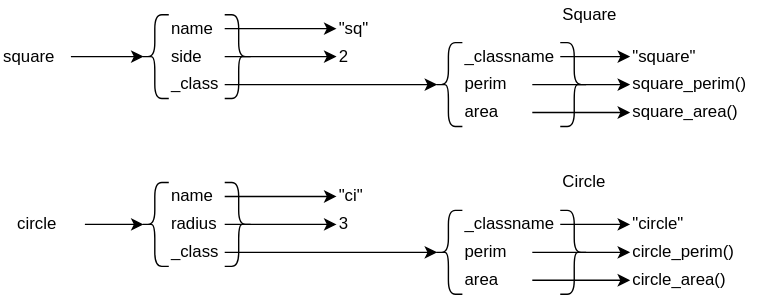
Earlier version of the draw.io export src/oop/shapes_class.svg (gvwilson/sdxpy). Source tidied: cells renumbered, new cells last; positions are measured from the earlier drawing's top-left corner, leaving out a move shared by most shapes.
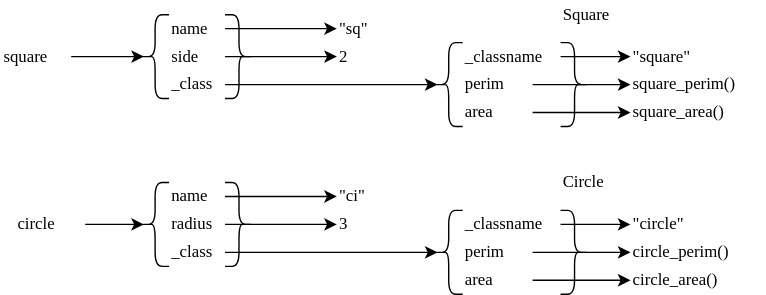
The same file after the commit.

Diff of the diagram source:
```diff
@@ -2,148 +2,148 @@
   <root>
     <mxCell id="0" />
     <mxCell id="1" parent="0" />
-    <mxCell id="2" value="name" style="text;html=1;strokeColor=none;fillColor=none;align=left;verticalAlign=middle;whiteSpace=wrap;rounded=0;" parent="1" vertex="1">
+    <mxCell id="2" value="name" style="text;html=1;strokeColor=none;fillColor=none;align=left;verticalAlign=middle;whiteSpace=wrap;rounded=0;fontFamily=Verdana;" parent="1" vertex="1">
       <mxGeometry x="120" y="10" width="40" height="20" as="geometry" />
     </mxCell>
-    <mxCell id="3" value="side" style="text;html=1;strokeColor=none;fillColor=none;align=left;verticalAlign=middle;whiteSpace=wrap;rounded=0;" parent="1" vertex="1">
+    <mxCell id="3" value="side" style="text;html=1;strokeColor=none;fillColor=none;align=left;verticalAlign=middle;whiteSpace=wrap;rounded=0;fontFamily=Verdana;" parent="1" vertex="1">
       <mxGeometry x="120" y="30" width="40" height="20" as="geometry" />
     </mxCell>
-    <mxCell id="4" value="perim" style="text;html=1;strokeColor=none;fillColor=none;align=left;verticalAlign=middle;whiteSpace=wrap;rounded=0;" parent="1" vertex="1">
+    <mxCell id="4" value="perim" style="text;html=1;strokeColor=none;fillColor=none;align=left;verticalAlign=middle;whiteSpace=wrap;rounded=0;fontFamily=Verdana;" parent="1" vertex="1">
       <mxGeometry x="330" y="50" width="50" height="20" as="geometry" />
     </mxCell>
-    <mxCell id="5" value="area" style="text;html=1;strokeColor=none;fillColor=none;align=left;verticalAlign=middle;whiteSpace=wrap;rounded=0;" parent="1" vertex="1">
+    <mxCell id="5" value="area" style="text;html=1;strokeColor=none;fillColor=none;align=left;verticalAlign=middle;whiteSpace=wrap;rounded=0;fontFamily=Verdana;" parent="1" vertex="1">
       <mxGeometry x="330" y="70" width="50" height="20" as="geometry" />
     </mxCell>
-    <mxCell id="6" style="shape=curlyBracket;whiteSpace=wrap;html=1;rounded=1;labelPosition=left;verticalLabelPosition=middle;align=right;verticalAlign=middle;fillColor=none;" parent="1" vertex="1">
+    <mxCell id="6" style="shape=curlyBracket;whiteSpace=wrap;html=1;rounded=1;labelPosition=left;verticalLabelPosition=middle;align=right;verticalAlign=middle;fillColor=none;fontFamily=Verdana;" parent="1" vertex="1">
       <mxGeometry x="100" y="10" width="20" height="60" as="geometry" />
     </mxCell>
-    <mxCell id="7" style="shape=curlyBracket;whiteSpace=wrap;html=1;rounded=1;flipH=1;labelPosition=right;verticalLabelPosition=middle;align=left;verticalAlign=middle;fillColor=none;" parent="1" vertex="1">
+    <mxCell id="7" style="shape=curlyBracket;whiteSpace=wrap;html=1;rounded=1;flipH=1;labelPosition=right;verticalLabelPosition=middle;align=left;verticalAlign=middle;fillColor=none;fontFamily=Verdana;" parent="1" vertex="1">
       <mxGeometry x="160" y="10" width="20" height="60" as="geometry" />
     </mxCell>
-    <mxCell id="8" value="square" style="text;html=1;strokeColor=none;fillColor=none;align=left;verticalAlign=middle;whiteSpace=wrap;rounded=0;" parent="1" vertex="1">
+    <mxCell id="8" value="square" style="text;html=1;strokeColor=none;fillColor=none;align=left;verticalAlign=middle;whiteSpace=wrap;rounded=0;fontFamily=Verdana;" parent="1" vertex="1">
       <mxGeometry y="30" width="50" height="20" as="geometry" />
     </mxCell>
-    <mxCell id="9" style="endArrow=classic;html=1;rounded=0;exitX=1;exitY=0.5;exitDx=0;exitDy=0;entryX=0.1;entryY=0.5;entryDx=0;entryDy=0;entryPerimeter=0;" parent="1" edge="1" source="8" target="6">
+    <mxCell id="9" style="endArrow=classic;html=1;rounded=0;exitX=1;exitY=0.5;exitDx=0;exitDy=0;entryX=0.1;entryY=0.5;entryDx=0;entryDy=0;entryPerimeter=0;fontFamily=Verdana;" parent="1" edge="1" source="8" target="6">
       <mxGeometry relative="1" as="geometry" />
     </mxCell>
-    <mxCell id="10" value="&quot;sq&quot;" style="text;html=1;strokeColor=none;fillColor=none;align=left;verticalAlign=middle;whiteSpace=wrap;rounded=0;" parent="1" vertex="1">
+    <mxCell id="10" value="&quot;sq&quot;" style="text;html=1;strokeColor=none;fillColor=none;align=left;verticalAlign=middle;whiteSpace=wrap;rounded=0;fontFamily=Verdana;" parent="1" vertex="1">
       <mxGeometry x="240" y="10" width="60" height="20" as="geometry" />
     </mxCell>
-    <mxCell id="11" value="2" style="text;html=1;strokeColor=none;fillColor=none;align=left;verticalAlign=middle;whiteSpace=wrap;rounded=0;" parent="1" vertex="1">
+    <mxCell id="11" value="2" style="text;html=1;strokeColor=none;fillColor=none;align=left;verticalAlign=middle;whiteSpace=wrap;rounded=0;fontFamily=Verdana;" parent="1" vertex="1">
       <mxGeometry x="240" y="30" width="60" height="20" as="geometry" />
     </mxCell>
-    <mxCell id="12" style="endArrow=classic;html=1;rounded=0;entryX=0;entryY=0.5;entryDx=0;entryDy=0;exitX=1;exitY=0.5;exitDx=0;exitDy=0;" parent="1" edge="1" source="2" target="10">
+    <mxCell id="12" style="endArrow=classic;html=1;rounded=0;entryX=0;entryY=0.5;entryDx=0;entryDy=0;exitX=1;exitY=0.5;exitDx=0;exitDy=0;fontFamily=Verdana;" parent="1" edge="1" source="2" target="10">
       <mxGeometry relative="1" as="geometry" />
     </mxCell>
-    <mxCell id="13" style="endArrow=classic;html=1;rounded=0;entryX=0;entryY=0.5;entryDx=0;entryDy=0;exitX=1;exitY=0.5;exitDx=0;exitDy=0;" parent="1" edge="1" source="3" target="11">
+    <mxCell id="13" style="endArrow=classic;html=1;rounded=0;entryX=0;entryY=0.5;entryDx=0;entryDy=0;exitX=1;exitY=0.5;exitDx=0;exitDy=0;fontFamily=Verdana;" parent="1" edge="1" source="3" target="11">
       <mxGeometry relative="1" as="geometry" />
     </mxCell>
-    <mxCell id="14" value="square_perim()" style="text;html=1;strokeColor=none;fillColor=none;align=left;verticalAlign=middle;whiteSpace=wrap;rounded=0;" parent="1" vertex="1">
+    <mxCell id="14" value="square_perim()" style="text;html=1;strokeColor=none;fillColor=none;align=left;verticalAlign=middle;whiteSpace=wrap;rounded=0;fontFamily=Verdana;" parent="1" vertex="1">
       <mxGeometry x="450" y="50" width="90" height="20" as="geometry" />
     </mxCell>
-    <mxCell id="15" value="square_area()" style="text;html=1;strokeColor=none;fillColor=none;align=left;verticalAlign=middle;whiteSpace=wrap;rounded=0;" parent="1" vertex="1">
+    <mxCell id="15" value="square_area()" style="text;html=1;strokeColor=none;fillColor=none;align=left;verticalAlign=middle;whiteSpace=wrap;rounded=0;fontFamily=Verdana;" parent="1" vertex="1">
       <mxGeometry x="450" y="70" width="90" height="20" as="geometry" />
     </mxCell>
-    <mxCell id="16" style="endArrow=classic;html=1;rounded=0;entryX=0;entryY=0.5;entryDx=0;entryDy=0;exitX=1;exitY=0.5;exitDx=0;exitDy=0;" parent="1" edge="1" source="4" target="14">
+    <mxCell id="16" style="endArrow=classic;html=1;rounded=0;entryX=0;entryY=0.5;entryDx=0;entryDy=0;exitX=1;exitY=0.5;exitDx=0;exitDy=0;fontFamily=Verdana;" parent="1" edge="1" source="4" target="14">
       <mxGeometry relative="1" as="geometry" />
     </mxCell>
-    <mxCell id="17" style="endArrow=classic;html=1;rounded=0;entryX=0;entryY=0.5;entryDx=0;entryDy=0;exitX=1;exitY=0.5;exitDx=0;exitDy=0;" parent="1" edge="1" source="5" target="15">
+    <mxCell id="17" style="endArrow=classic;html=1;rounded=0;entryX=0;entryY=0.5;entryDx=0;entryDy=0;exitX=1;exitY=0.5;exitDx=0;exitDy=0;fontFamily=Verdana;" parent="1" edge="1" source="5" target="15">
       <mxGeometry relative="1" as="geometry" />
     </mxCell>
-    <mxCell id="18" value="name" style="text;html=1;strokeColor=none;fillColor=none;align=left;verticalAlign=middle;whiteSpace=wrap;rounded=0;" parent="1" vertex="1">
+    <mxCell id="18" value="name" style="text;html=1;strokeColor=none;fillColor=none;align=left;verticalAlign=middle;whiteSpace=wrap;rounded=0;fontFamily=Verdana;" parent="1" vertex="1">
       <mxGeometry x="120" y="130" width="40" height="20" as="geometry" />
     </mxCell>
-    <mxCell id="19" value="radius" style="text;html=1;strokeColor=none;fillColor=none;align=left;verticalAlign=middle;whiteSpace=wrap;rounded=0;" parent="1" vertex="1">
+    <mxCell id="19" value="radius" style="text;html=1;strokeColor=none;fillColor=none;align=left;verticalAlign=middle;whiteSpace=wrap;rounded=0;fontFamily=Verdana;" parent="1" vertex="1">
       <mxGeometry x="120" y="150" width="40" height="20" as="geometry" />
     </mxCell>
-    <mxCell id="20" value="perim" style="text;html=1;strokeColor=none;fillColor=none;align=left;verticalAlign=middle;whiteSpace=wrap;rounded=0;" parent="1" vertex="1">
+    <mxCell id="20" value="perim" style="text;html=1;strokeColor=none;fillColor=none;align=left;verticalAlign=middle;whiteSpace=wrap;rounded=0;fontFamily=Verdana;" parent="1" vertex="1">
       <mxGeometry x="330" y="170" width="50" height="20" as="geometry" />
     </mxCell>
-    <mxCell id="21" value="area" style="text;html=1;strokeColor=none;fillColor=none;align=left;verticalAlign=middle;whiteSpace=wrap;rounded=0;" parent="1" vertex="1">
+    <mxCell id="21" value="area" style="text;html=1;strokeColor=none;fillColor=none;align=left;verticalAlign=middle;whiteSpace=wrap;rounded=0;fontFamily=Verdana;" parent="1" vertex="1">
       <mxGeometry x="330" y="190" width="50" height="20" as="geometry" />
     </mxCell>
-    <mxCell id="22" style="shape=curlyBracket;whiteSpace=wrap;html=1;rounded=1;labelPosition=left;verticalLabelPosition=middle;align=right;verticalAlign=middle;fillColor=none;" parent="1" vertex="1">
+    <mxCell id="22" style="shape=curlyBracket;whiteSpace=wrap;html=1;rounded=1;labelPosition=left;verticalLabelPosition=middle;align=right;verticalAlign=middle;fillColor=none;fontFamily=Verdana;" parent="1" vertex="1">
       <mxGeometry x="100" y="130" width="20" height="60" as="geometry" />
     </mxCell>
-    <mxCell id="23" style="shape=curlyBracket;whiteSpace=wrap;html=1;rounded=1;flipH=1;labelPosition=right;verticalLabelPosition=middle;align=left;verticalAlign=middle;fillColor=none;" parent="1" vertex="1">
+    <mxCell id="23" style="shape=curlyBracket;whiteSpace=wrap;html=1;rounded=1;flipH=1;labelPosition=right;verticalLabelPosition=middle;align=left;verticalAlign=middle;fillColor=none;fontFamily=Verdana;" parent="1" vertex="1">
       <mxGeometry x="160" y="130" width="20" height="60" as="geometry" />
     </mxCell>
-    <mxCell id="24" value="circle" style="text;html=1;strokeColor=none;fillColor=none;align=left;verticalAlign=middle;whiteSpace=wrap;rounded=0;" parent="1" vertex="1">
+    <mxCell id="24" value="circle" style="text;html=1;strokeColor=none;fillColor=none;align=left;verticalAlign=middle;whiteSpace=wrap;rounded=0;fontFamily=Verdana;" parent="1" vertex="1">
       <mxGeometry x="10" y="150" width="50" height="20" as="geometry" />
     </mxCell>
-    <mxCell id="25" style="endArrow=classic;html=1;rounded=0;exitX=1;exitY=0.5;exitDx=0;exitDy=0;entryX=0.1;entryY=0.5;entryDx=0;entryDy=0;entryPerimeter=0;" parent="1" edge="1" source="24" target="22">
+    <mxCell id="25" style="endArrow=classic;html=1;rounded=0;exitX=1;exitY=0.5;exitDx=0;exitDy=0;entryX=0.1;entryY=0.5;entryDx=0;entryDy=0;entryPerimeter=0;fontFamily=Verdana;" parent="1" edge="1" source="24" target="22">
       <mxGeometry relative="1" as="geometry" />
     </mxCell>
-    <mxCell id="26" value="&quot;ci&quot;" style="text;html=1;strokeColor=none;fillColor=none;align=left;verticalAlign=middle;whiteSpace=wrap;rounded=0;" parent="1" vertex="1">
+    <mxCell id="26" value="&quot;ci&quot;" style="text;html=1;strokeColor=none;fillColor=none;align=left;verticalAlign=middle;whiteSpace=wrap;rounded=0;fontFamily=Verdana;" parent="1" vertex="1">
       <mxGeometry x="240" y="130" width="60" height="20" as="geometry" />
     </mxCell>
-    <mxCell id="27" value="3" style="text;html=1;strokeColor=none;fillColor=none;align=left;verticalAlign=middle;whiteSpace=wrap;rounded=0;" parent="1" vertex="1">
+    <mxCell id="27" value="3" style="text;html=1;strokeColor=none;fillColor=none;align=left;verticalAlign=middle;whiteSpace=wrap;rounded=0;fontFamily=Verdana;" parent="1" vertex="1">
       <mxGeometry x="240" y="150" width="60" height="20" as="geometry" />
     </mxCell>
-    <mxCell id="28" style="endArrow=classic;html=1;rounded=0;entryX=0;entryY=0.5;entryDx=0;entryDy=0;exitX=1;exitY=0.5;exitDx=0;exitDy=0;" parent="1" edge="1" source="18" target="26">
+    <mxCell id="28" style="endArrow=classic;html=1;rounded=0;entryX=0;entryY=0.5;entryDx=0;entryDy=0;exitX=1;exitY=0.5;exitDx=0;exitDy=0;fontFamily=Verdana;" parent="1" edge="1" source="18" target="26">
       <mxGeometry relative="1" as="geometry" />
     </mxCell>
-    <mxCell id="29" style="endArrow=classic;html=1;rounded=0;entryX=0;entryY=0.5;entryDx=0;entryDy=0;exitX=1;exitY=0.5;exitDx=0;exitDy=0;" parent="1" edge="1" source="19" target="27">
+    <mxCell id="29" style="endArrow=classic;html=1;rounded=0;entryX=0;entryY=0.5;entryDx=0;entryDy=0;exitX=1;exitY=0.5;exitDx=0;exitDy=0;fontFamily=Verdana;" parent="1" edge="1" source="19" target="27">
       <mxGeometry relative="1" as="geometry" />
     </mxCell>
-    <mxCell id="30" value="circle_perim()" style="text;html=1;strokeColor=none;fillColor=none;align=left;verticalAlign=middle;whiteSpace=wrap;rounded=0;" parent="1" vertex="1">
+    <mxCell id="30" value="circle_perim()" style="text;html=1;strokeColor=none;fillColor=none;align=left;verticalAlign=middle;whiteSpace=wrap;rounded=0;fontFamily=Verdana;" parent="1" vertex="1">
       <mxGeometry x="450" y="170" width="90" height="20" as="geometry" />
     </mxCell>
-    <mxCell id="31" value="circle_area()" style="text;html=1;strokeColor=none;fillColor=none;align=left;verticalAlign=middle;whiteSpace=wrap;rounded=0;" parent="1" vertex="1">
+    <mxCell id="31" value="circle_area()" style="text;html=1;strokeColor=none;fillColor=none;align=left;verticalAlign=middle;whiteSpace=wrap;rounded=0;fontFamily=Verdana;" parent="1" vertex="1">
       <mxGeometry x="450" y="190" width="90" height="20" as="geometry" />
     </mxCell>
-    <mxCell id="32" style="endArrow=classic;html=1;rounded=0;entryX=0;entryY=0.5;entryDx=0;entryDy=0;exitX=1;exitY=0.5;exitDx=0;exitDy=0;" parent="1" edge="1" source="20" target="30">
+    <mxCell id="32" style="endArrow=classic;html=1;rounded=0;entryX=0;entryY=0.5;entryDx=0;entryDy=0;exitX=1;exitY=0.5;exitDx=0;exitDy=0;fontFamily=Verdana;" parent="1" edge="1" source="20" target="30">
       <mxGeometry relative="1" as="geometry" />
     </mxCell>
-    <mxCell id="33" style="endArrow=classic;html=1;rounded=0;entryX=0;entryY=0.5;entryDx=0;entryDy=0;exitX=1;exitY=0.5;exitDx=0;exitDy=0;" parent="1" edge="1" source="21" target="31">
+    <mxCell id="33" style="endArrow=classic;html=1;rounded=0;entryX=0;entryY=0.5;entryDx=0;entryDy=0;exitX=1;exitY=0.5;exitDx=0;exitDy=0;fontFamily=Verdana;" parent="1" edge="1" source="21" target="31">
       <mxGeometry relative="1" as="geometry" />
     </mxCell>
-    <mxCell id="34" value="_class" style="text;html=1;strokeColor=none;fillColor=none;align=left;verticalAlign=middle;whiteSpace=wrap;rounded=0;" parent="1" vertex="1">
+    <mxCell id="34" value="_class" style="text;html=1;strokeColor=none;fillColor=none;align=left;verticalAlign=middle;whiteSpace=wrap;rounded=0;fontFamily=Verdana;" parent="1" vertex="1">
       <mxGeometry x="120" y="50" width="40" height="20" as="geometry" />
     </mxCell>
-    <mxCell id="35" value="_class" style="text;html=1;strokeColor=none;fillColor=none;align=left;verticalAlign=middle;whiteSpace=wrap;rounded=0;" parent="1" vertex="1">
+    <mxCell id="35" value="_class" style="text;html=1;strokeColor=none;fillColor=none;align=left;verticalAlign=middle;whiteSpace=wrap;rounded=0;fontFamily=Verdana;" parent="1" vertex="1">
       <mxGeometry x="120" y="170" width="40" height="20" as="geometry" />
     </mxCell>
-    <mxCell id="36" value="_classname" style="text;html=1;strokeColor=none;fillColor=none;align=left;verticalAlign=middle;whiteSpace=wrap;rounded=0;" parent="1" vertex="1">
+    <mxCell id="36" value="_classname" style="text;html=1;strokeColor=none;fillColor=none;align=left;verticalAlign=middle;whiteSpace=wrap;rounded=0;fontFamily=Verdana;" parent="1" vertex="1">
       <mxGeometry x="330" y="30" width="70" height="20" as="geometry" />
     </mxCell>
-    <mxCell id="37" value="&quot;square&quot;" style="text;html=1;strokeColor=none;fillColor=none;align=left;verticalAlign=middle;whiteSpace=wrap;rounded=0;" parent="1" vertex="1">
+    <mxCell id="37" value="&quot;square&quot;" style="text;html=1;strokeColor=none;fillColor=none;align=left;verticalAlign=middle;whiteSpace=wrap;rounded=0;fontFamily=Verdana;" parent="1" vertex="1">
       <mxGeometry x="450" y="30" width="90" height="20" as="geometry" />
     </mxCell>
-    <mxCell id="38" style="endArrow=classic;html=1;rounded=0;entryX=0;entryY=0.5;entryDx=0;entryDy=0;exitX=1;exitY=0.5;exitDx=0;exitDy=0;startArrow=none;" parent="1" edge="1" source="36" target="37">
+    <mxCell id="38" style="endArrow=classic;html=1;rounded=0;entryX=0;entryY=0.5;entryDx=0;entryDy=0;exitX=1;exitY=0.5;exitDx=0;exitDy=0;startArrow=none;fontFamily=Verdana;" parent="1" edge="1" source="36" target="37">
       <mxGeometry relative="1" as="geometry" />
     </mxCell>
-    <mxCell id="39" value="_classname" style="text;html=1;strokeColor=none;fillColor=none;align=left;verticalAlign=middle;whiteSpace=wrap;rounded=0;" parent="1" vertex="1">
+    <mxCell id="39" value="_classname" style="text;html=1;strokeColor=none;fillColor=none;align=left;verticalAlign=middle;whiteSpace=wrap;rounded=0;fontFamily=Verdana;" parent="1" vertex="1">
       <mxGeometry x="330" y="150" width="70" height="20" as="geometry" />
     </mxCell>
-    <mxCell id="40" value="&quot;circle&quot;" style="text;html=1;strokeColor=none;fillColor=none;align=left;verticalAlign=middle;whiteSpace=wrap;rounded=0;" parent="1" vertex="1">
+    <mxCell id="40" value="&quot;circle&quot;" style="text;html=1;strokeColor=none;fillColor=none;align=left;verticalAlign=middle;whiteSpace=wrap;rounded=0;fontFamily=Verdana;" parent="1" vertex="1">
       <mxGeometry x="450" y="150" width="90" height="20" as="geometry" />
     </mxCell>
-    <mxCell id="41" style="endArrow=classic;html=1;rounded=0;entryX=0;entryY=0.5;entryDx=0;entryDy=0;exitX=1;exitY=0.5;exitDx=0;exitDy=0;startArrow=none;" parent="1" edge="1" source="39" target="40">
+    <mxCell id="41" style="endArrow=classic;html=1;rounded=0;entryX=0;entryY=0.5;entryDx=0;entryDy=0;exitX=1;exitY=0.5;exitDx=0;exitDy=0;startArrow=none;fontFamily=Verdana;" parent="1" edge="1" source="39" target="40">
       <mxGeometry relative="1" as="geometry" />
     </mxCell>
-    <mxCell id="42" style="shape=curlyBracket;whiteSpace=wrap;html=1;rounded=1;labelPosition=left;verticalLabelPosition=middle;align=right;verticalAlign=middle;fillColor=none;" parent="1" vertex="1">
+    <mxCell id="42" style="shape=curlyBracket;whiteSpace=wrap;html=1;rounded=1;labelPosition=left;verticalLabelPosition=middle;align=right;verticalAlign=middle;fillColor=none;fontFamily=Verdana;" parent="1" vertex="1">
       <mxGeometry x="310" y="30" width="20" height="60" as="geometry" />
     </mxCell>
-    <mxCell id="43" style="shape=curlyBracket;whiteSpace=wrap;html=1;rounded=1;labelPosition=left;verticalLabelPosition=middle;align=right;verticalAlign=middle;fillColor=none;" parent="1" vertex="1">
+    <mxCell id="43" style="shape=curlyBracket;whiteSpace=wrap;html=1;rounded=1;labelPosition=left;verticalLabelPosition=middle;align=right;verticalAlign=middle;fillColor=none;fontFamily=Verdana;" parent="1" vertex="1">
       <mxGeometry x="310" y="150" width="20" height="60" as="geometry" />
     </mxCell>
-    <mxCell id="44" style="endArrow=classic;html=1;rounded=0;exitX=1;exitY=0.5;exitDx=0;exitDy=0;entryX=0.1;entryY=0.5;entryDx=0;entryDy=0;entryPerimeter=0;" parent="1" edge="1" source="34" target="42">
+    <mxCell id="44" style="endArrow=classic;html=1;rounded=0;exitX=1;exitY=0.5;exitDx=0;exitDy=0;entryX=0.1;entryY=0.5;entryDx=0;entryDy=0;entryPerimeter=0;fontFamily=Verdana;" parent="1" edge="1" source="34" target="42">
       <mxGeometry relative="1" as="geometry" />
     </mxCell>
-    <mxCell id="45" style="endArrow=classic;html=1;rounded=0;exitX=1;exitY=0.5;exitDx=0;exitDy=0;entryX=0.1;entryY=0.5;entryDx=0;entryDy=0;entryPerimeter=0;" parent="1" edge="1" source="35" target="43">
+    <mxCell id="45" style="endArrow=classic;html=1;rounded=0;exitX=1;exitY=0.5;exitDx=0;exitDy=0;entryX=0.1;entryY=0.5;entryDx=0;entryDy=0;entryPerimeter=0;fontFamily=Verdana;" parent="1" edge="1" source="35" target="43">
       <mxGeometry relative="1" as="geometry" />
     </mxCell>
-    <mxCell id="46" value="Square" style="text;html=1;strokeColor=none;fillColor=none;align=left;verticalAlign=middle;whiteSpace=wrap;rounded=0;" parent="1" vertex="1">
+    <mxCell id="46" value="Square" style="text;html=1;strokeColor=none;fillColor=none;align=left;verticalAlign=middle;whiteSpace=wrap;rounded=0;fontFamily=Verdana;" parent="1" vertex="1">
       <mxGeometry x="400" width="50" height="20" as="geometry" />
     </mxCell>
-    <mxCell id="47" value="Circle" style="text;html=1;strokeColor=none;fillColor=none;align=left;verticalAlign=middle;whiteSpace=wrap;rounded=0;" parent="1" vertex="1">
+    <mxCell id="47" value="Circle" style="text;html=1;strokeColor=none;fillColor=none;align=left;verticalAlign=middle;whiteSpace=wrap;rounded=0;fontFamily=Verdana;" parent="1" vertex="1">
       <mxGeometry x="400" y="120" width="50" height="20" as="geometry" />
     </mxCell>
-    <mxCell id="48" style="shape=curlyBracket;whiteSpace=wrap;html=1;rounded=1;flipH=1;labelPosition=right;verticalLabelPosition=middle;align=left;verticalAlign=middle;fillColor=none;" parent="1" vertex="1">
+    <mxCell id="48" style="shape=curlyBracket;whiteSpace=wrap;html=1;rounded=1;flipH=1;labelPosition=right;verticalLabelPosition=middle;align=left;verticalAlign=middle;fillColor=none;fontFamily=Verdana;" parent="1" vertex="1">
       <mxGeometry x="400" y="150" width="20" height="60" as="geometry" />
     </mxCell>
-    <mxCell id="49" style="shape=curlyBracket;whiteSpace=wrap;html=1;rounded=1;flipH=1;labelPosition=right;verticalLabelPosition=middle;align=left;verticalAlign=middle;fillColor=none;" parent="1" vertex="1">
+    <mxCell id="49" style="shape=curlyBracket;whiteSpace=wrap;html=1;rounded=1;flipH=1;labelPosition=right;verticalLabelPosition=middle;align=left;verticalAlign=middle;fillColor=none;fontFamily=Verdana;" parent="1" vertex="1">
       <mxGeometry x="400" y="30" width="20" height="60" as="geometry" />
     </mxCell>
   </root>
```
